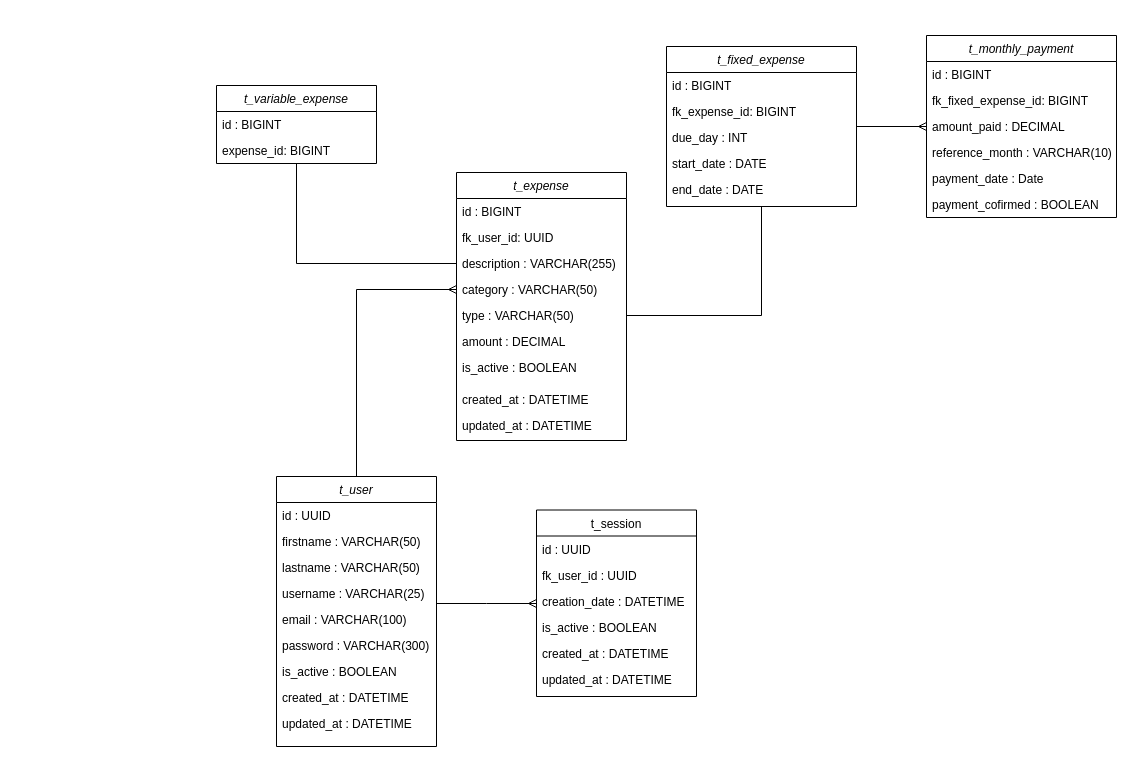
Before: _docs/Entity Relationship Diagrams (ERD).drawio in gervasioartur/walletwise-clean-graphql-api, a draw.io diagram. Source tidied: cells renumbered, new cells numbered last; positions are measured from the earlier drawing's top-left corner, leaving out a move shared by most shapes. Both pictures are drawn from the tidied source at 100%, with x=0, y=0 at pixel (216, 35).
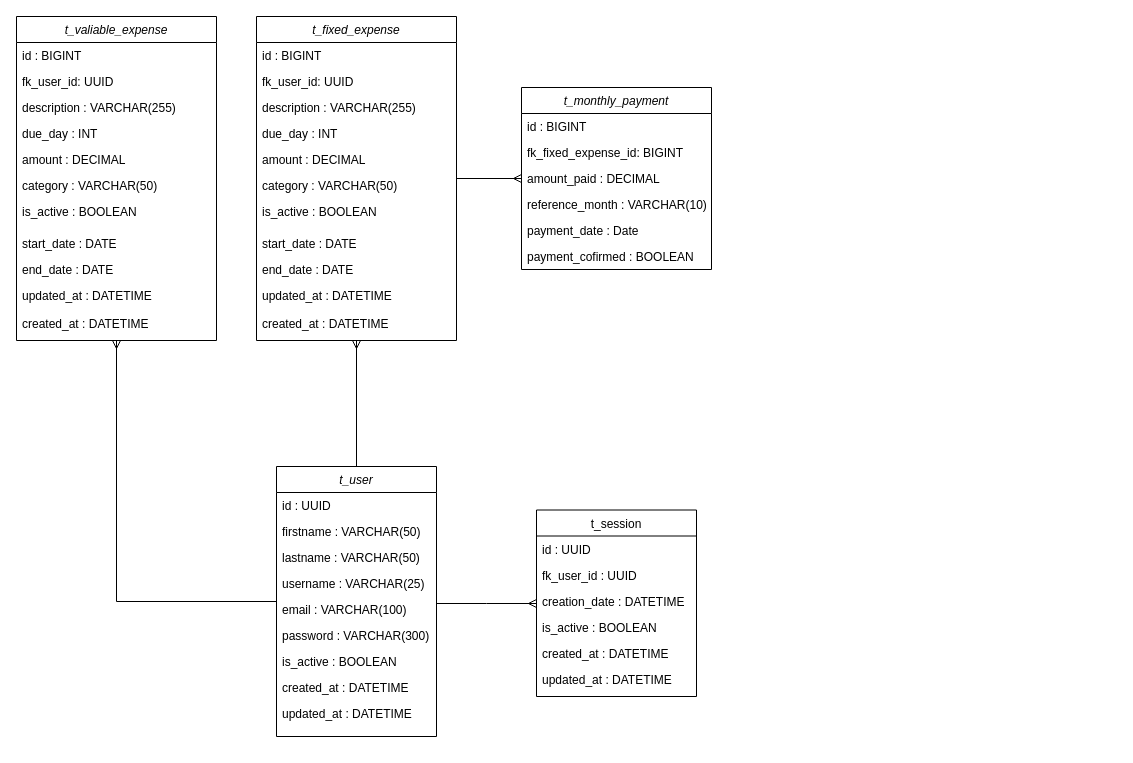
Above is the later version.

Commit message (it also covers changes not shown here):
refactor: change classes to use just FixedExpense instead of Expense

Diff of the diagram source:
```diff
@@
-    <mxCell id="2" style="edgeStyle=orthogonalEdgeStyle;rounded=0;jettySize=auto;html=1;entryX=0;entryY=0.5;entryDx=0;entryDy=0;endArrow=ERmany;endFill=0;" parent="1" edge="1" source="3" target="26">
-      <mxGeometry relative="1" as="geometry" />
-    </mxCell>
+    <mxCell id="50" style="edgeStyle=orthogonalEdgeStyle;rounded=0;jettySize=auto;html=1;endArrow=ERmany;endFill=0;" parent="1" edge="1" source="3" target="52">
+      <mxGeometry relative="1" as="geometry" />
+    </mxCell>
     <mxCell id="3" value="t_user" style="swimlane;fontStyle=2;align=center;verticalAlign=top;horizontal=1;startSize=26;rounded=0;shadow=0;strokeWidth=1;" parent="1" vertex="1">
-      <mxGeometry x="60" y="441" width="160" height="270" as="geometry" />
+      <mxGeometry x="60" y="431" width="160" height="270" as="geometry" />
     </mxCell>
@@
-    <mxCell id="21" style="edgeStyle=orthogonalEdgeStyle;rounded=0;jettySize=auto;html=1;exitX=0;exitY=0.5;exitDx=0;exitDy=0;endArrow=none;endFill=0;" parent="1" edge="1" source="25" target="32">
-      <mxGeometry relative="1" as="geometry" />
-    </mxCell>
-    <mxCell id="22" value="t_expense" style="swimlane;fontStyle=2;align=center;verticalAlign=top;horizontal=1;startSize=26;rounded=0;shadow=0;strokeWidth=1;" parent="1" vertex="1">
-      <mxGeometry x="240" y="137" width="170" height="268" as="geometry" />
-    </mxCell>
-    <mxCell id="23" value="id : BIGINT" style="text;align=left;verticalAlign=top;spacingLeft=4;spacingRight=4;overflow=hidden;rounded=0;shadow=0;html=0;" parent="22" vertex="1">
-      <mxGeometry y="26" width="170" height="26" as="geometry" />
-    </mxCell>
-    <mxCell id="24" value="fk_user_id: UUID" style="text;align=left;verticalAlign=top;spacingLeft=4;spacingRight=4;overflow=hidden;rounded=0;shadow=0;html=0;" parent="22" vertex="1">
-      <mxGeometry y="52" width="170" height="26" as="geometry" />
-    </mxCell>
-    <mxCell id="25" value="description : VARCHAR(255)" style="text;align=left;verticalAlign=top;spacingLeft=4;spacingRight=4;overflow=hidden;points=[[0,0.5],[1,0.5]];portConstraint=eastwest;rounded=0;shadow=0;html=0;" parent="22" vertex="1">
-      <mxGeometry y="78" width="170" height="26" as="geometry" />
-    </mxCell>
-    <mxCell id="26" value="category : VARCHAR(50)" style="text;align=left;verticalAlign=top;spacingLeft=4;spacingRight=4;overflow=hidden;points=[[0,0.5],[1,0.5]];portConstraint=eastwest;rounded=0;shadow=0;html=0;" parent="22" vertex="1">
-      <mxGeometry y="104" width="170" height="26" as="geometry" />
-    </mxCell>
-    <mxCell id="27" value="type : VARCHAR(50)" style="text;align=left;verticalAlign=top;spacingLeft=4;spacingRight=4;overflow=hidden;points=[[0,0.5],[1,0.5]];portConstraint=eastwest;rounded=0;shadow=0;html=0;" parent="22" vertex="1">
-      <mxGeometry y="130" width="170" height="26" as="geometry" />
-    </mxCell>
-    <mxCell id="28" value="amount : DECIMAL " style="text;align=left;verticalAlign=top;spacingLeft=4;spacingRight=4;overflow=hidden;rounded=0;shadow=0;html=0;" parent="22" vertex="1">
-      <mxGeometry y="156" width="170" height="26" as="geometry" />
-    </mxCell>
-    <mxCell id="29" value="is_active : BOOLEAN" style="text;align=left;verticalAlign=top;spacingLeft=4;spacingRight=4;overflow=hidden;rounded=0;shadow=0;html=0;" parent="22" vertex="1">
-      <mxGeometry y="182" width="170" height="32" as="geometry" />
-    </mxCell>
-    <mxCell id="30" value="created_at : DATETIME" style="text;align=left;verticalAlign=top;spacingLeft=4;spacingRight=4;overflow=hidden;rounded=0;shadow=0;html=0;" parent="22" vertex="1">
-      <mxGeometry y="214" width="170" height="26" as="geometry" />
-    </mxCell>
-    <mxCell id="31" value="updated_at : DATETIME" style="text;align=left;verticalAlign=top;spacingLeft=4;spacingRight=4;overflow=hidden;rounded=0;shadow=0;html=0;" parent="22" vertex="1">
-      <mxGeometry y="240" width="170" height="28" as="geometry" />
-    </mxCell>
-    <mxCell id="32" value="t_variable_expense" style="swimlane;fontStyle=2;align=center;verticalAlign=top;horizontal=1;startSize=26;rounded=0;shadow=0;strokeWidth=1;" parent="1" vertex="1">
-      <mxGeometry y="50" width="160" height="78" as="geometry" />
-    </mxCell>
-    <mxCell id="33" value="id : BIGINT" style="text;align=left;verticalAlign=top;spacingLeft=4;spacingRight=4;overflow=hidden;rounded=0;shadow=0;html=0;" parent="32" vertex="1">
-      <mxGeometry y="26" width="160" height="26" as="geometry" />
-    </mxCell>
-    <mxCell id="34" value="expense_id: BIGINT" style="text;align=left;verticalAlign=top;spacingLeft=4;spacingRight=4;overflow=hidden;rounded=0;shadow=0;html=0;" parent="32" vertex="1">
-      <mxGeometry y="52" width="160" height="26" as="geometry" />
-    </mxCell>
@@
     <mxCell id="36" value="t_fixed_expense" style="swimlane;fontStyle=2;align=center;verticalAlign=top;horizontal=1;startSize=26;rounded=0;shadow=0;strokeWidth=1;" parent="1" vertex="1">
-      <mxGeometry x="450" y="11" width="190" height="160" as="geometry" />
+      <mxGeometry x="40" y="-19" width="200" height="324" as="geometry" />
     </mxCell>
     <mxCell id="37" value="id : BIGINT" style="text;align=left;verticalAlign=top;spacingLeft=4;spacingRight=4;overflow=hidden;rounded=0;shadow=0;html=0;" parent="36" vertex="1">
-      <mxGeometry y="26" width="190" height="26" as="geometry" />
+      <mxGeometry y="26" width="200" height="26" as="geometry" />
     </mxCell>
-    <mxCell id="38" value="fk_expense_id: BIGINT" style="text;align=left;verticalAlign=top;spacingLeft=4;spacingRight=4;overflow=hidden;rounded=0;shadow=0;html=0;" parent="36" vertex="1">
-      <mxGeometry y="52" width="190" height="26" as="geometry" />
-    </mxCell>
+    <mxCell id="24" value="fk_user_id: UUID" style="text;align=left;verticalAlign=top;spacingLeft=4;spacingRight=4;overflow=hidden;rounded=0;shadow=0;html=0;" parent="36" vertex="1">
+      <mxGeometry y="52" width="200" height="26" as="geometry" />
+    </mxCell>
+    <mxCell id="25" value="description : VARCHAR(255)" style="text;align=left;verticalAlign=top;spacingLeft=4;spacingRight=4;overflow=hidden;points=[[0,0.5],[1,0.5]];portConstraint=eastwest;rounded=0;shadow=0;html=0;" parent="36" vertex="1">
+      <mxGeometry y="78" width="200" height="26" as="geometry" />
+    </mxCell>
     <mxCell id="39" value="due_day : INT" style="text;align=left;verticalAlign=top;spacingLeft=4;spacingRight=4;overflow=hidden;rounded=0;shadow=0;html=0;" parent="36" vertex="1">
-      <mxGeometry y="78" width="190" height="26" as="geometry" />
+      <mxGeometry y="104" width="200" height="26" as="geometry" />
     </mxCell>
-    <mxCell id="40" value="start_date : DATE" style="text;align=left;verticalAlign=top;spacingLeft=4;spacingRight=4;overflow=hidden;rounded=0;shadow=0;html=0;" parent="36" vertex="1">
-      <mxGeometry y="104" width="190" height="26" as="geometry" />
-    </mxCell>
+    <mxCell id="28" value="amount : DECIMAL " style="text;align=left;verticalAlign=top;spacingLeft=4;spacingRight=4;overflow=hidden;rounded=0;shadow=0;html=0;" parent="36" vertex="1">
+      <mxGeometry y="130" width="200" height="26" as="geometry" />
+    </mxCell>
+    <mxCell id="26" value="category : VARCHAR(50)" style="text;align=left;verticalAlign=top;spacingLeft=4;spacingRight=4;overflow=hidden;points=[[0,0.5],[1,0.5]];portConstraint=eastwest;rounded=0;shadow=0;html=0;" parent="36" vertex="1">
+      <mxGeometry y="156" width="200" height="26" as="geometry" />
+    </mxCell>
+    <mxCell id="29" value="is_active : BOOLEAN" style="text;align=left;verticalAlign=top;spacingLeft=4;spacingRight=4;overflow=hidden;rounded=0;shadow=0;html=0;" parent="36" vertex="1">
+      <mxGeometry y="182" width="200" height="32" as="geometry" />
+    </mxCell>
-    <mxCell id="41" value="end_date : DATE" style="text;align=left;verticalAlign=top;spacingLeft=4;spacingRight=4;overflow=hidden;rounded=0;shadow=0;html=0;" parent="36" vertex="1">
-      <mxGeometry y="130" width="190" height="26" as="geometry" />
+    <mxCell id="41" value="start_date : DATE" style="text;align=left;verticalAlign=top;spacingLeft=4;spacingRight=4;overflow=hidden;rounded=0;shadow=0;html=0;" parent="36" vertex="1">
+      <mxGeometry y="214" width="200" height="26" as="geometry" />
     </mxCell>
-    <mxCell id="42" style="edgeStyle=orthogonalEdgeStyle;rounded=0;jettySize=auto;html=1;exitX=1;exitY=0.5;exitDx=0;exitDy=0;endArrow=none;endFill=0;entryX=0.5;entryY=1;entryDx=0;entryDy=0;" parent="1" edge="1" source="27" target="36">
-      <mxGeometry relative="1" as="geometry" />
-    </mxCell>
+    <mxCell id="51" value="end_date : DATE" style="text;align=left;verticalAlign=top;spacingLeft=4;spacingRight=4;overflow=hidden;rounded=0;shadow=0;html=0;" parent="36" vertex="1">
+      <mxGeometry y="240" width="200" height="26" as="geometry" />
+    </mxCell>
+    <mxCell id="31" value="updated_at : DATETIME" style="text;align=left;verticalAlign=top;spacingLeft=4;spacingRight=4;overflow=hidden;rounded=0;shadow=0;html=0;" parent="36" vertex="1">
+      <mxGeometry y="266" width="200" height="28" as="geometry" />
+    </mxCell>
+    <mxCell id="30" value="created_at : DATETIME" style="text;align=left;verticalAlign=top;spacingLeft=4;spacingRight=4;overflow=hidden;rounded=0;shadow=0;html=0;" parent="36" vertex="1">
+      <mxGeometry y="294" width="200" height="30" as="geometry" />
+    </mxCell>
     <mxCell id="43" value="t_monthly_payment" style="swimlane;fontStyle=2;align=center;verticalAlign=top;horizontal=1;startSize=26;rounded=0;shadow=0;strokeWidth=1;" parent="1" vertex="1">
-      <mxGeometry x="710" width="190" height="182" as="geometry" />
+      <mxGeometry x="305" y="52" width="190" height="182" as="geometry" />
     </mxCell>
@@
+    <mxCell id="52" value="t_valiable_expense" style="swimlane;fontStyle=2;align=center;verticalAlign=top;horizontal=1;startSize=26;rounded=0;shadow=0;strokeWidth=1;" parent="1" vertex="1">
+      <mxGeometry x="-200" y="-19" width="200" height="324" as="geometry" />
+    </mxCell>
+    <mxCell id="53" value="id : BIGINT" style="text;align=left;verticalAlign=top;spacingLeft=4;spacingRight=4;overflow=hidden;rounded=0;shadow=0;html=0;" parent="52" vertex="1">
+      <mxGeometry y="26" width="200" height="26" as="geometry" />
+    </mxCell>
+    <mxCell id="54" value="fk_user_id: UUID" style="text;align=left;verticalAlign=top;spacingLeft=4;spacingRight=4;overflow=hidden;rounded=0;shadow=0;html=0;" parent="52" vertex="1">
+      <mxGeometry y="52" width="200" height="26" as="geometry" />
+    </mxCell>
+    <mxCell id="55" value="description : VARCHAR(255)" style="text;align=left;verticalAlign=top;spacingLeft=4;spacingRight=4;overflow=hidden;rounded=0;shadow=0;html=0;" parent="52" vertex="1">
+      <mxGeometry y="78" width="200" height="26" as="geometry" />
+    </mxCell>
+    <mxCell id="56" value="due_day : INT" style="text;align=left;verticalAlign=top;spacingLeft=4;spacingRight=4;overflow=hidden;rounded=0;shadow=0;html=0;" parent="52" vertex="1">
+      <mxGeometry y="104" width="200" height="26" as="geometry" />
+    </mxCell>
+    <mxCell id="57" value="amount : DECIMAL " style="text;align=left;verticalAlign=top;spacingLeft=4;spacingRight=4;overflow=hidden;rounded=0;shadow=0;html=0;" parent="52" vertex="1">
+      <mxGeometry y="130" width="200" height="26" as="geometry" />
+    </mxCell>
+    <mxCell id="58" value="category : VARCHAR(50)" style="text;align=left;verticalAlign=top;spacingLeft=4;spacingRight=4;overflow=hidden;rounded=0;shadow=0;html=0;" parent="52" vertex="1">
+      <mxGeometry y="156" width="200" height="26" as="geometry" />
+    </mxCell>
+    <mxCell id="59" value="is_active : BOOLEAN" style="text;align=left;verticalAlign=top;spacingLeft=4;spacingRight=4;overflow=hidden;rounded=0;shadow=0;html=0;" parent="52" vertex="1">
+      <mxGeometry y="182" width="200" height="32" as="geometry" />
+    </mxCell>
+    <mxCell id="40" value="start_date : DATE" style="text;align=left;verticalAlign=top;spacingLeft=4;spacingRight=4;overflow=hidden;rounded=0;shadow=0;html=0;" parent="52" vertex="1">
+      <mxGeometry y="214" width="200" height="26" as="geometry" />
+    </mxCell>
+    <mxCell id="60" value="end_date : DATE" style="text;align=left;verticalAlign=top;spacingLeft=4;spacingRight=4;overflow=hidden;rounded=0;shadow=0;html=0;" parent="52" vertex="1">
+      <mxGeometry y="240" width="200" height="26" as="geometry" />
+    </mxCell>
+    <mxCell id="61" value="updated_at : DATETIME" style="text;align=left;verticalAlign=top;spacingLeft=4;spacingRight=4;overflow=hidden;rounded=0;shadow=0;html=0;" parent="52" vertex="1">
+      <mxGeometry y="266" width="200" height="28" as="geometry" />
+    </mxCell>
+    <mxCell id="62" value="created_at : DATETIME" style="text;align=left;verticalAlign=top;spacingLeft=4;spacingRight=4;overflow=hidden;rounded=0;shadow=0;html=0;" parent="52" vertex="1">
+      <mxGeometry y="294" width="200" height="30" as="geometry" />
+    </mxCell>
+    <mxCell id="63" style="edgeStyle=orthogonalEdgeStyle;rounded=0;jettySize=auto;html=1;exitX=0.5;exitY=0;exitDx=0;exitDy=0;endArrow=ERmany;endFill=0;" parent="1" edge="1" source="3" target="36">
+      <mxGeometry relative="1" as="geometry" />
+    </mxCell>
```
